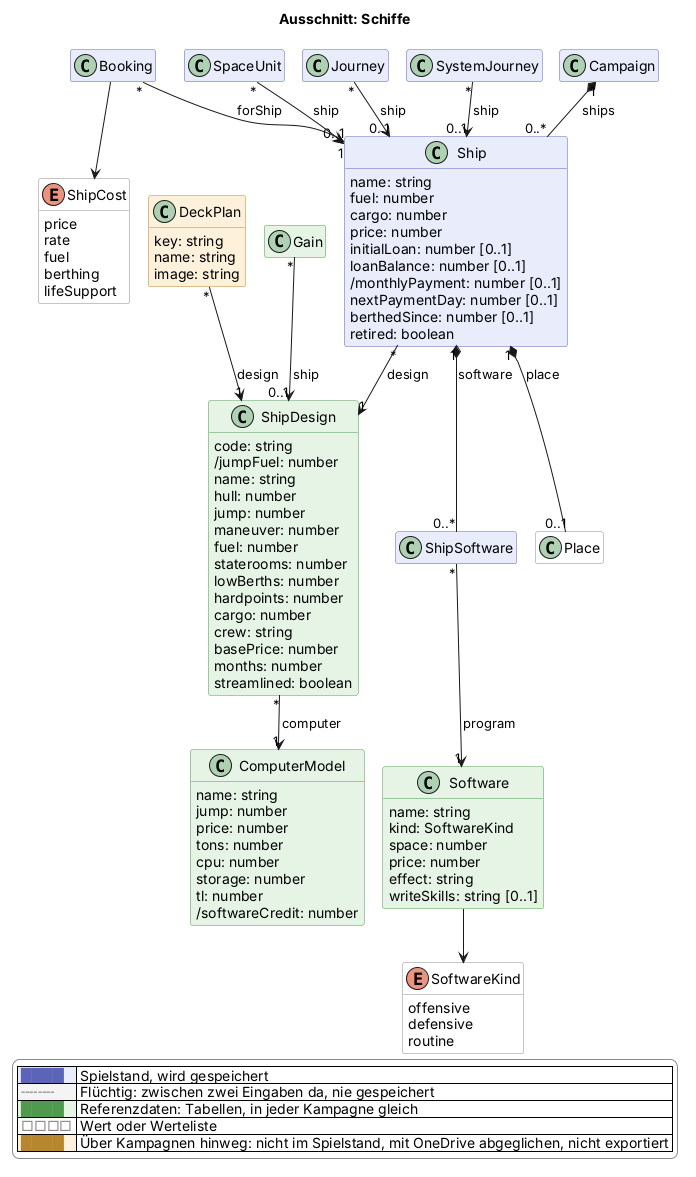
Earlier version of the PlantUML export docs/views/schiffe.png (scuzzar/SRE).
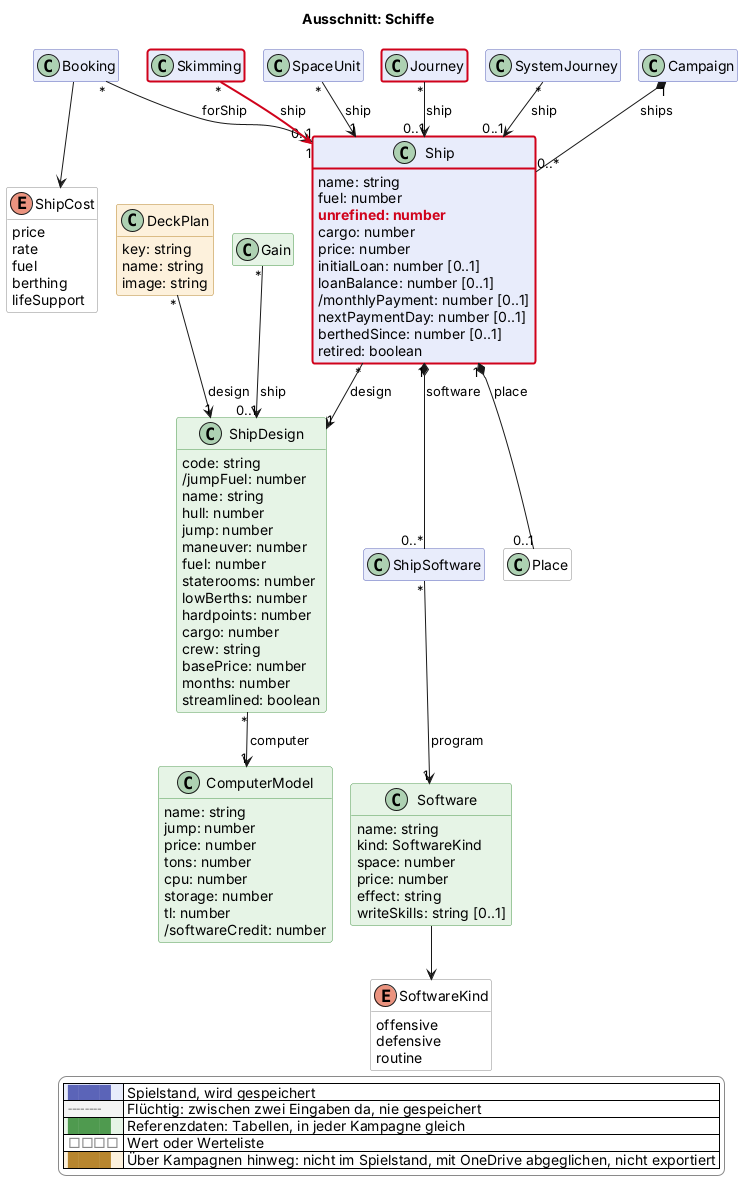
Above is the later version.

Change to the diagram source:
```diff
@@ -75,6 +75,7 @@
   class Ship $schiffe {
     name: string
     fuel: number
+    $new("2026-11-21b", "unrefined: number")
     cargo: number
     price: number
     initialLoan: number [0..1]
@@ -139,6 +140,7 @@
     image: string
   }
 
+  class Skimming $raum $newClass("2026-11-21b")
   class SpaceUnit $raum
 
 
@@ -163,6 +165,7 @@
 Booking "*" --> "0..1" Ship : forShip
 
 SpaceUnit "*" --> "1" Ship : ship
+Skimming "*" -$newArrow("2026-11-21b")-> "1" Ship : ship
 Gain "*" --> "0..1" ShipDesign : ship
 DeckPlan "*" --> "1" ShipDesign : design
 
@@ -188,4 +191,6 @@
   |<#ffffff> <color:#8a8a8a>□□□□</color> | Wert oder Werteliste |
   |<#fdf1dc> <color:#b8862e>████</color> | Über Kampagnen hinweg: nicht im Spielstand, mit OneDrive abgeglichen, nicht exportiert |
 endlegend
+class Ship #line:d0021b;line.bold
+class Journey #line:d0021b;line.bold
 @enduml
```
